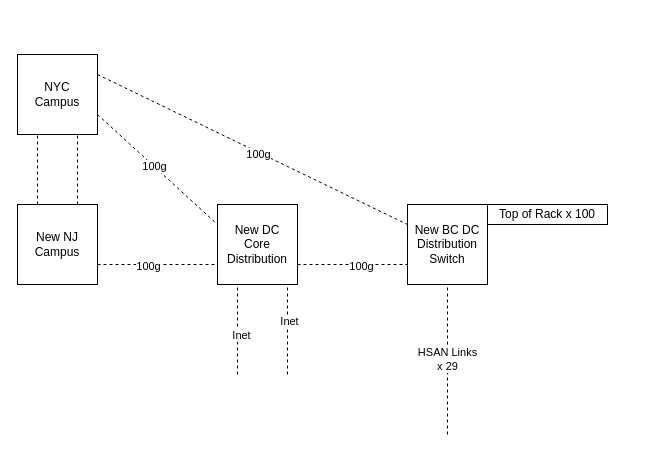
Before: NJ100.drawio in rhoatson/Draw.io, a draw.io diagram. Source tidied: cells renumbered, new cells numbered last; positions are measured from the earlier drawing's top-left corner, leaving out a move shared by most shapes. Both pictures are drawn from the tidied source at 100%, with x=0, y=0 at pixel (17, 54).
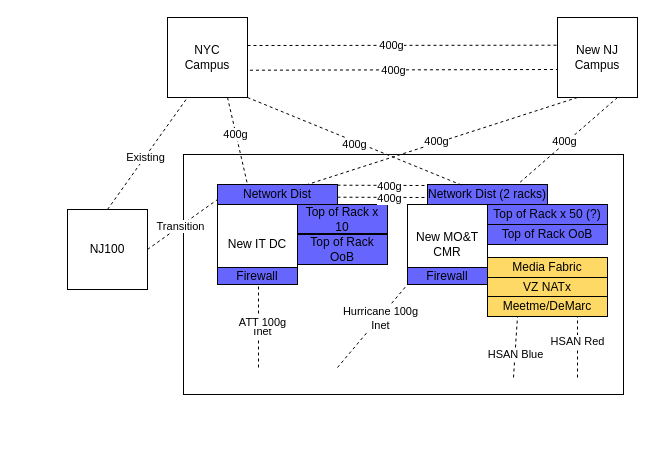
Above is the later version.

Diff of the diagram source:
```diff
@@
-    <mxCell id="2" value="&lt;div&gt;New NJ&lt;/div&gt;&lt;div&gt;Campus&lt;br&gt;&lt;/div&gt;" style="whiteSpace=wrap;html=1;" parent="1" vertex="1">
-      <mxGeometry y="150" width="80" height="80" as="geometry" />
-    </mxCell>
+    <mxCell id="22" style="rounded=0;whiteSpace=wrap;html=1;" parent="1" vertex="1">
+      <mxGeometry x="166" y="100" width="440" height="240" as="geometry" />
+    </mxCell>
-    <mxCell id="3" value="&lt;div&gt;New DC&lt;/div&gt;&lt;div&gt;Core&lt;br&gt;&lt;/div&gt;&lt;div&gt;Distribution&lt;br&gt;&lt;/div&gt;" style="whiteSpace=wrap;html=1;" parent="1" vertex="1">
+    <mxCell id="3" value="&lt;div&gt;New IT DC&lt;/div&gt;" style="whiteSpace=wrap;html=1;" parent="1" vertex="1">
       <mxGeometry x="200" y="150" width="80" height="80" as="geometry" />
     </mxCell>
-    <mxCell id="4" value="&lt;div&gt;New BC DC&lt;/div&gt;&lt;div&gt;Distribution&lt;/div&gt;&lt;div&gt;Switch&lt;br&gt;&lt;/div&gt;" style="whiteSpace=wrap;html=1;" parent="1" vertex="1">
+    <mxCell id="4" value="&lt;div&gt;New MO&amp;amp;T CMR&lt;/div&gt;" style="whiteSpace=wrap;html=1;" parent="1" vertex="1">
       <mxGeometry x="390" y="150" width="80" height="80" as="geometry" />
     </mxCell>
-    <mxCell id="5" value="&lt;div&gt;HSAN Links&lt;/div&gt;&lt;div&gt;x 29&lt;br&gt;&lt;/div&gt;" style="endArrow=none;dashed=1;html=1;rounded=0;" parent="1" edge="1">
-      <mxGeometry relative="1" as="geometry">
-        <mxPoint x="430" y="380" as="sourcePoint" />
-        <mxPoint x="430" y="230" as="targetPoint" />
-      </mxGeometry>
+    <mxCell id="5" value="HSAN Blue" style="endArrow=none;dashed=1;html=1;rounded=0;entryX=0.25;entryY=1;entryDx=0;entryDy=0;exitX=0.75;exitY=0.929;exitDx=0;exitDy=0;exitPerimeter=0;" parent="1" edge="1" source="22" target="30">
+      <mxGeometry x="-0.26" relative="1" as="geometry" />
     </mxCell>
-    <mxCell id="6" style="endArrow=none;dashed=1;html=1;rounded=0;exitX=1;exitY=0.25;exitDx=0;exitDy=0;entryX=0;entryY=0.25;entryDx=0;entryDy=0;" parent="1" edge="1" source="18" target="4">
+    <mxCell id="6" style="endArrow=none;dashed=1;html=1;rounded=0;exitX=0.25;exitY=1;exitDx=0;exitDy=0;fillColor=#6666FF;entryX=0.75;entryY=0;entryDx=0;entryDy=0;" parent="1" edge="1" source="2" target="26">
       <mxGeometry relative="1" as="geometry" />
     </mxCell>
-    <mxCell id="7" value="100g" style="edgeLabel;html=1;align=center;verticalAlign=middle;" parent="6" vertex="1">
+    <mxCell id="7" value="400g" style="edgeLabel;html=1;align=center;verticalAlign=middle;" parent="6" vertex="1">
       <mxGeometry x="0.04" y="-2" relative="1" as="geometry" />
     </mxCell>
-    <mxCell id="8" style="endArrow=none;dashed=1;html=1;rounded=0;exitX=1;exitY=0.75;exitDx=0;exitDy=0;entryX=0;entryY=0.25;entryDx=0;entryDy=0;" parent="1" edge="1" source="18" target="3">
-      <mxGeometry relative="1" as="geometry" />
+    <mxCell id="8" style="endArrow=none;dashed=1;html=1;rounded=0;exitX=1.031;exitY=0.659;exitDx=0;exitDy=0;entryX=0;entryY=0.75;entryDx=0;entryDy=0;fillColor=#6666FF;exitPerimeter=0;" parent="1" edge="1" source="18">
+      <mxGeometry relative="1" as="geometry">
+        <mxPoint x="540" y="15" as="targetPoint" />
+      </mxGeometry>
     </mxCell>
-    <mxCell id="9" value="100g" style="edgeLabel;html=1;align=center;verticalAlign=middle;" parent="8" vertex="1">
+    <mxCell id="9" value="400g" style="edgeLabel;html=1;align=center;verticalAlign=middle;" parent="8" vertex="1">
       <mxGeometry x="-0.07" relative="1" as="geometry" />
     </mxCell>
-    <mxCell id="10" style="endArrow=none;dashed=1;html=1;rounded=0;entryX=0;entryY=0.75;entryDx=0;entryDy=0;exitX=1;exitY=0.75;exitDx=0;exitDy=0;" parent="1" edge="1" source="2" target="3">
+    <mxCell id="10" style="endArrow=none;dashed=1;html=1;rounded=0;entryX=0.25;entryY=0;entryDx=0;entryDy=0;exitX=0.75;exitY=1;exitDx=0;exitDy=0;fillColor=#6666FF;" parent="1" edge="1" source="18" target="26">
       <mxGeometry relative="1" as="geometry" />
     </mxCell>
-    <mxCell id="11" value="100g" style="edgeLabel;html=1;align=center;verticalAlign=middle;" parent="10" vertex="1">
+    <mxCell id="11" value="400g" style="edgeLabel;html=1;align=center;verticalAlign=middle;" parent="10" vertex="1">
       <mxGeometry x="-0.17" y="-1" relative="1" as="geometry" />
     </mxCell>
-    <mxCell id="12" style="endArrow=none;dashed=1;html=1;rounded=0;exitX=1;exitY=0.75;exitDx=0;exitDy=0;entryX=0;entryY=0.75;entryDx=0;entryDy=0;" parent="1" edge="1" source="3" target="4">
-      <mxGeometry relative="1" as="geometry" />
+    <mxCell id="12" style="endArrow=none;dashed=1;html=1;rounded=0;exitX=1;exitY=0.75;exitDx=0;exitDy=0;entryX=0;entryY=0.5;entryDx=0;entryDy=0;fillColor=#6666FF;" parent="1" edge="1">
+      <mxGeometry relative="1" as="geometry">
+        <mxPoint x="320" y="130.7" as="sourcePoint" />
+        <mxPoint x="410" y="131" as="targetPoint" />
+      </mxGeometry>
     </mxCell>
-    <mxCell id="13" value="100g" style="edgeLabel;html=1;align=center;verticalAlign=middle;" parent="12" vertex="1">
+    <mxCell id="13" value="400g" style="edgeLabel;html=1;align=center;verticalAlign=middle;" parent="12" vertex="1">
       <mxGeometry x="0.15" y="-1" relative="1" as="geometry" />
     </mxCell>
-    <mxCell id="14" style="endArrow=none;dashed=1;html=1;rounded=0;exitX=0.75;exitY=0;exitDx=0;exitDy=0;" parent="1" edge="1">
+    <mxCell id="14" style="endArrow=none;dashed=1;html=1;rounded=0;entryX=0;entryY=1;entryDx=0;entryDy=0;" parent="1" edge="1" target="4">
       <mxGeometry relative="1" as="geometry">
-        <mxPoint x="270" y="320" as="sourcePoint" />
-        <mxPoint x="270" y="230" as="targetPoint" />
+        <mxPoint x="320" y="313" as="sourcePoint" />
       </mxGeometry>
     </mxCell>
-    <mxCell id="15" value="Inet" style="edgeLabel;html=1;align=center;verticalAlign=middle;" parent="14" vertex="1">
+    <mxCell id="15" value="&lt;div&gt;Hurricane 100g&lt;/div&gt;&lt;div&gt;Inet&lt;br&gt;&lt;/div&gt;" style="edgeLabel;html=1;align=center;verticalAlign=middle;" parent="14" vertex="1">
       <mxGeometry x="0.2" y="-1" relative="1" as="geometry" />
     </mxCell>
-    <mxCell id="16" style="endArrow=none;dashed=1;html=1;rounded=0;exitX=0.25;exitY=0;exitDx=0;exitDy=0;" parent="1" edge="1">
+    <mxCell id="16" style="endArrow=none;dashed=1;html=1;rounded=0;" parent="1" edge="1">
       <mxGeometry relative="1" as="geometry">
-        <mxPoint x="220" y="320" as="sourcePoint" />
-        <mxPoint x="220" y="230" as="targetPoint" />
+        <mxPoint x="241" y="313" as="sourcePoint" />
+        <mxPoint x="241" y="230" as="targetPoint" />
       </mxGeometry>
     </mxCell>
@@
+    <mxCell id="23" value="ATT 100g" style="edgeLabel;html=1;align=center;verticalAlign=middle;" parent="16" vertex="1">
+      <mxGeometry x="0.66" y="-3" relative="1" as="geometry">
+        <mxPoint y="23" as="offset" />
+      </mxGeometry>
+    </mxCell>
     <mxCell id="18" value="&lt;div&gt;NYC&lt;/div&gt;&lt;div&gt;Campus&lt;br&gt;&lt;/div&gt;" style="whiteSpace=wrap;html=1;" parent="1" vertex="1">
-      <mxGeometry width="80" height="80" as="geometry" />
+      <mxGeometry x="150" y="-37" width="80" height="80" as="geometry" />
     </mxCell>
-    <mxCell id="19" style="endArrow=none;dashed=1;html=1;rounded=0;exitX=0.25;exitY=0;exitDx=0;exitDy=0;" parent="1" edge="1" source="2">
-      <mxGeometry relative="1" as="geometry">
-        <mxPoint x="20" y="80" as="targetPoint" />
-      </mxGeometry>
-    </mxCell>
-    <mxCell id="20" style="endArrow=none;dashed=1;html=1;rounded=0;exitX=0.75;exitY=0;exitDx=0;exitDy=0;entryX=0.75;entryY=1;entryDx=0;entryDy=0;" parent="1" edge="1" source="2" target="18">
-      <mxGeometry relative="1" as="geometry" />
-    </mxCell>
-    <mxCell id="21" value="Top of Rack x 100" style="rounded=0;whiteSpace=wrap;html=1;" parent="1" vertex="1">
+    <mxCell id="21" value="Top of Rack x 50 (?)" style="rounded=0;whiteSpace=wrap;html=1;fillColor=#6666FF;" parent="1" vertex="1">
       <mxGeometry x="470" y="150" width="120" height="20" as="geometry" />
     </mxCell>
+    <mxCell id="24" value="Top of Rack x 10" style="rounded=0;whiteSpace=wrap;html=1;fillColor=#6666FF;" parent="1" vertex="1">
+      <mxGeometry x="280" y="150" width="90" height="29" as="geometry" />
+    </mxCell>
+    <mxCell id="25" value="Network Dist (2 racks)" style="rounded=0;whiteSpace=wrap;html=1;fillColor=#6666FF;" parent="1" vertex="1">
+      <mxGeometry x="410" y="130" width="120" height="20" as="geometry" />
+    </mxCell>
+    <mxCell id="26" value="Network Dist" style="rounded=0;whiteSpace=wrap;html=1;fillColor=#6666FF;" parent="1" vertex="1">
+      <mxGeometry x="200" y="130" width="120" height="20" as="geometry" />
+    </mxCell>
+    <mxCell id="2" value="New NJ Campus" style="whiteSpace=wrap;html=1;" parent="1" vertex="1">
+      <mxGeometry x="540" y="-37" width="80" height="80" as="geometry" />
+    </mxCell>
+    <mxCell id="27" value="HSAN Red" style="endArrow=none;dashed=1;html=1;rounded=0;entryX=0.75;entryY=1;entryDx=0;entryDy=0;" parent="1" edge="1" target="30">
+      <mxGeometry x="0.18" relative="1" as="geometry">
+        <mxPoint x="560" y="323" as="sourcePoint" />
+      </mxGeometry>
+    </mxCell>
+    <mxCell id="28" value="&lt;div&gt;VZ NATx&lt;/div&gt;" style="rounded=0;whiteSpace=wrap;html=1;fillColor=#FFD966;" parent="1" vertex="1">
+      <mxGeometry x="470" y="223" width="120" height="20" as="geometry" />
+    </mxCell>
+    <mxCell id="29" value="&lt;div&gt;Media Fabric&lt;/div&gt;" style="rounded=0;whiteSpace=wrap;html=1;fillColor=#FFD966;" parent="1" vertex="1">
+      <mxGeometry x="470" y="203" width="120" height="20" as="geometry" />
+    </mxCell>
+    <mxCell id="30" value="Meetme/DeMarc" style="rounded=0;whiteSpace=wrap;html=1;fillColor=#FFD966;" parent="1" vertex="1">
+      <mxGeometry x="470" y="242" width="120" height="20" as="geometry" />
+    </mxCell>
+    <mxCell id="31" value="Top of Rack OoB" style="rounded=0;whiteSpace=wrap;html=1;fillColor=#6666FF;" parent="1" vertex="1">
+      <mxGeometry x="470" y="170" width="120" height="20" as="geometry" />
+    </mxCell>
+    <mxCell id="32" value="Top of Rack OoB" style="rounded=0;whiteSpace=wrap;html=1;fillColor=#6666FF;" parent="1" vertex="1">
+      <mxGeometry x="280" y="180" width="90" height="30" as="geometry" />
+    </mxCell>
+    <mxCell id="33" style="endArrow=none;dashed=1;html=1;rounded=0;entryX=0;entryY=0.75;entryDx=0;entryDy=0;fillColor=#6666FF;" parent="1" edge="1">
+      <mxGeometry relative="1" as="geometry">
+        <mxPoint x="230" y="-9" as="sourcePoint" />
+        <mxPoint x="540" y="-9.3" as="targetPoint" />
+      </mxGeometry>
+    </mxCell>
+    <mxCell id="34" value="400g" style="edgeLabel;html=1;align=center;verticalAlign=middle;" parent="33" vertex="1">
+      <mxGeometry x="-0.07" relative="1" as="geometry" />
+    </mxCell>
+    <mxCell id="35" style="endArrow=none;dashed=1;html=1;rounded=0;entryX=0.291;entryY=0.047;entryDx=0;entryDy=0;exitX=1;exitY=1;exitDx=0;exitDy=0;fillColor=#6666FF;entryPerimeter=0;" parent="1" edge="1" source="18" target="25">
+      <mxGeometry relative="1" as="geometry" />
+    </mxCell>
+    <mxCell id="36" value="400g" style="edgeLabel;html=1;align=center;verticalAlign=middle;" parent="35" vertex="1">
+      <mxGeometry x="-0.17" y="-1" relative="1" as="geometry">
+        <mxPoint x="18" y="9" as="offset" />
+      </mxGeometry>
+    </mxCell>
+    <mxCell id="37" style="endArrow=none;dashed=1;html=1;rounded=0;exitX=0.75;exitY=1;exitDx=0;exitDy=0;entryX=0.75;entryY=0;entryDx=0;entryDy=0;fillColor=#6666FF;" parent="1" edge="1" source="2" target="25">
+      <mxGeometry relative="1" as="geometry" />
+    </mxCell>
+    <mxCell id="38" value="400g" style="edgeLabel;html=1;align=center;verticalAlign=middle;" parent="37" vertex="1">
+      <mxGeometry x="0.04" y="-2" relative="1" as="geometry" />
+    </mxCell>
+    <mxCell id="39" style="endArrow=none;dashed=1;html=1;rounded=0;exitX=1;exitY=0.75;exitDx=0;exitDy=0;entryX=0;entryY=0.5;entryDx=0;entryDy=0;fillColor=#6666FF;" parent="1" edge="1">
+      <mxGeometry relative="1" as="geometry">
+        <mxPoint x="320" y="142.7" as="sourcePoint" />
+        <mxPoint x="410" y="143" as="targetPoint" />
+      </mxGeometry>
+    </mxCell>
+    <mxCell id="40" value="400g" style="edgeLabel;html=1;align=center;verticalAlign=middle;" parent="39" vertex="1">
+      <mxGeometry x="0.15" y="-1" relative="1" as="geometry" />
+    </mxCell>
+    <mxCell id="41" value="Firewall" style="rounded=0;whiteSpace=wrap;html=1;fillColor=#6666FF;" parent="1" vertex="1">
+      <mxGeometry x="200" y="213" width="80" height="17" as="geometry" />
+    </mxCell>
+    <mxCell id="42" value="Firewall" style="rounded=0;whiteSpace=wrap;html=1;fillColor=#6666FF;" parent="1" vertex="1">
+      <mxGeometry x="390" y="213" width="80" height="17" as="geometry" />
+    </mxCell>
+    <mxCell id="43" value="NJ100" style="whiteSpace=wrap;html=1;" parent="1" vertex="1">
+      <mxGeometry x="50" y="155" width="80" height="80" as="geometry" />
+    </mxCell>
+    <mxCell id="44" style="endArrow=none;dashed=1;html=1;rounded=0;exitX=0.5;exitY=0;exitDx=0;exitDy=0;entryX=0.25;entryY=1;entryDx=0;entryDy=0;fillColor=#6666FF;" parent="1" edge="1" source="43" target="18">
+      <mxGeometry relative="1" as="geometry" />
+    </mxCell>
+    <mxCell id="45" value="Existing" style="edgeLabel;html=1;align=center;verticalAlign=middle;" parent="44" vertex="1">
+      <mxGeometry x="-0.07" relative="1" as="geometry" />
+    </mxCell>
+    <mxCell id="46" style="endArrow=none;dashed=1;html=1;rounded=0;exitX=1;exitY=0.5;exitDx=0;exitDy=0;entryX=0;entryY=0.75;entryDx=0;entryDy=0;fillColor=#6666FF;" parent="1" edge="1" source="43" target="26">
+      <mxGeometry relative="1" as="geometry" />
+    </mxCell>
+    <mxCell id="47" value="Transition" style="edgeLabel;html=1;align=center;verticalAlign=middle;" parent="46" vertex="1">
+      <mxGeometry x="-0.07" relative="1" as="geometry" />
+    </mxCell>
```
